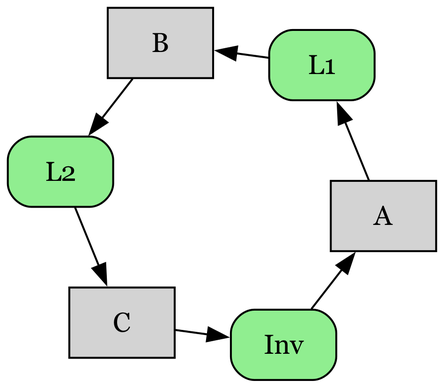
Above: assets/ind-proof-graphs/3cycle.png in will62794/will62794.github.io (Graphviz), before the change. Its source is kept beside it as assets/ind-proof-graphs/3cycle.dot.
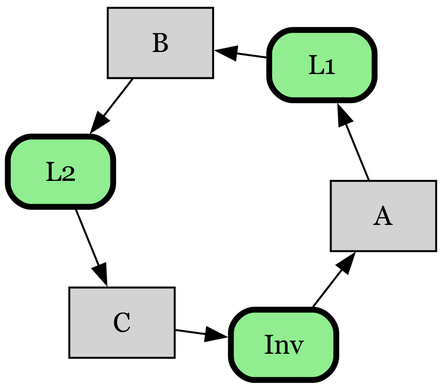
After the commit.

The edit, as a diff of the source:
```diff
@@ -9,7 +9,11 @@
     L2 -> C;
     C -> Inv;
 
-    A [shape=box,style=filled,fillcolor=lightgray];
-    B [shape=box,style=filled,fillcolor=lightgray];
-    C [shape=box,style=filled,fillcolor=lightgray];
+    A [shape=box,style=filled,fillcolor=lightgray,penwidth=1];
+    B [shape=box,style=filled,fillcolor=lightgray,penwidth=1];
+    C [shape=box,style=filled,fillcolor=lightgray,penwidth=1];
+
+    Inv [penwidth=3,fontsize=20];
+    L1 [penwidth=3,fontsize=20];
+    L2 [penwidth=3,fontsize=20];
 }
```
